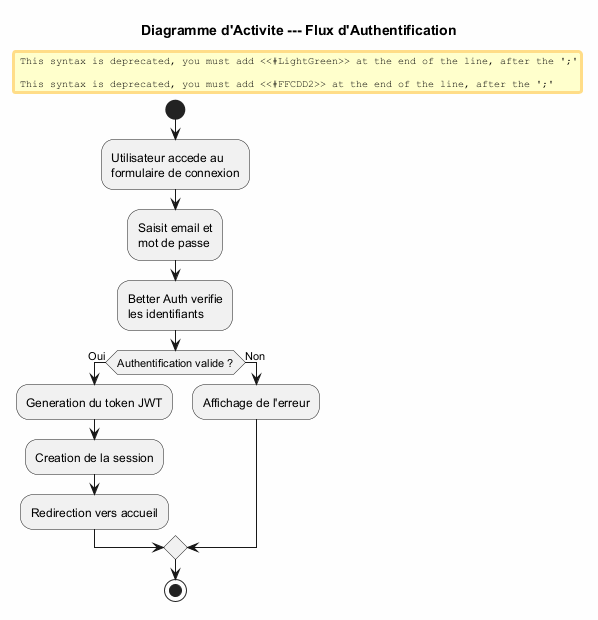
Above: latest-rapport-genie-logiciel/latex/assets/auth_activity.png in Zeinot/marketplace-saas (PlantUML), before the change. Its diagram source:
```plantuml
@startuml
skinparam backgroundColor #FEFEFE

title Diagramme d'Activite --- Flux d'Authentification

start

:Utilisateur accede au
formulaire de connexion;

:Saisit email et
mot de passe;

:Better Auth verifie
les identifiants;

if (Authentification valide ?) then (Oui)
    #LightGreen:Generation du token JWT;
    #LightGreen:Creation de la session;
    #LightGreen:Redirection vers accueil;
else (Non)
    #FFCDD2:Affichage de l'erreur;
endif

stop

@enduml
```
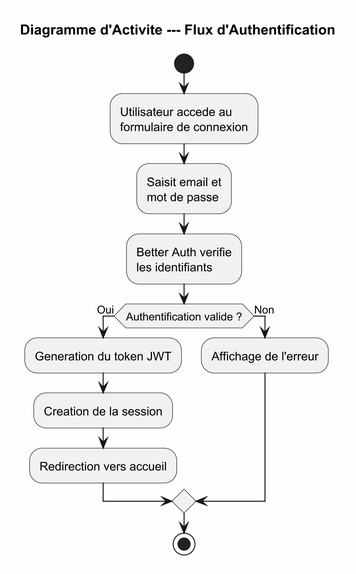
Later version of the same file.

Commit message:
rapport: agrandir diagramme use case (scale 1.8), corriger syntaxe activite, fleches schema evolution visibles

The edit, as a diff of the source:
```diff
@@ -1,6 +1,7 @@
 @startuml
+scale 1.5
 skinparam backgroundColor #FEFEFE
-
+skinparam dpi 200
 title Diagramme d'Activite --- Flux d'Authentification
 
 start
@@ -15,11 +16,11 @@
 les identifiants;
 
 if (Authentification valide ?) then (Oui)
-    #LightGreen:Generation du token JWT;
-    #LightGreen:Creation de la session;
-    #LightGreen:Redirection vers accueil;
+    :Generation du token JWT;
+    :Creation de la session;
+    :Redirection vers accueil;
 else (Non)
-    #FFCDD2:Affichage de l'erreur;
+    :Affichage de l'erreur;
 endif
 
 stop
```
